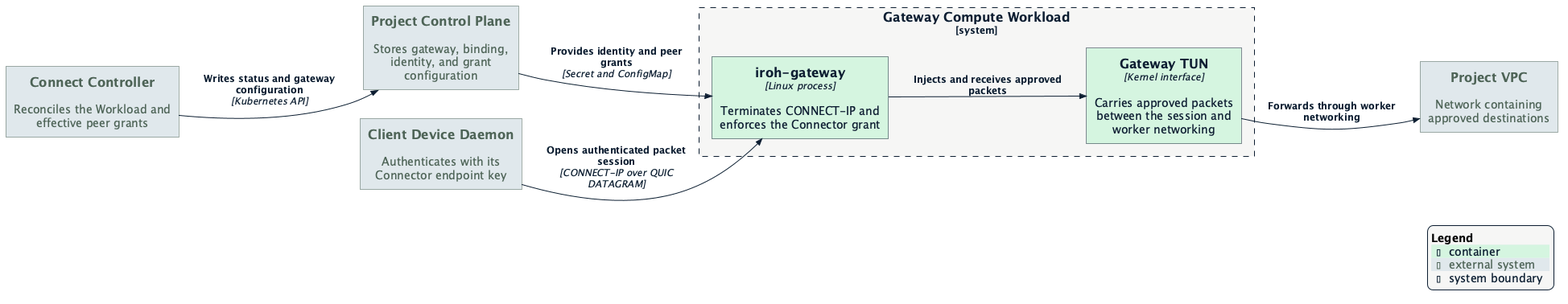
Above: docs/diagrams/managed-gateway.png in datum-cloud/connect (PlantUML), before the change.
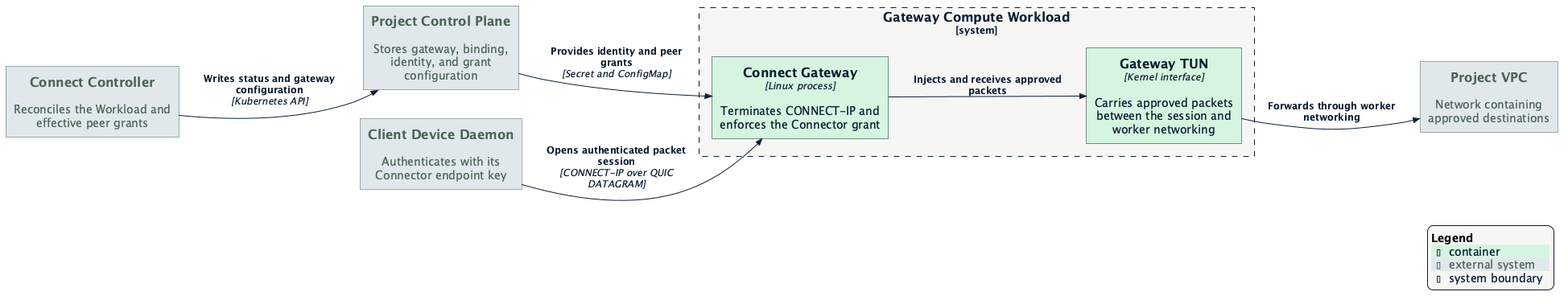
Above is the later version.

Diff of the diagram source:
```diff
@@ -10,7 +10,7 @@
 System_Ext(controller, "Connect Controller", "Reconciles the Workload and effective peer grants")
 
 System_Boundary(workload, "Gateway Compute Workload") {
-    Container(gateway, "iroh-gateway", "Linux process", "Terminates CONNECT-IP and enforces the Connector grant")
+    Container(gateway, "Connect Gateway", "Linux process", "Terminates CONNECT-IP and enforces the Connector grant")
     Container(tun, "Gateway TUN", "Kernel interface", "Carries approved packets between the session and worker networking")
 }
 
```
